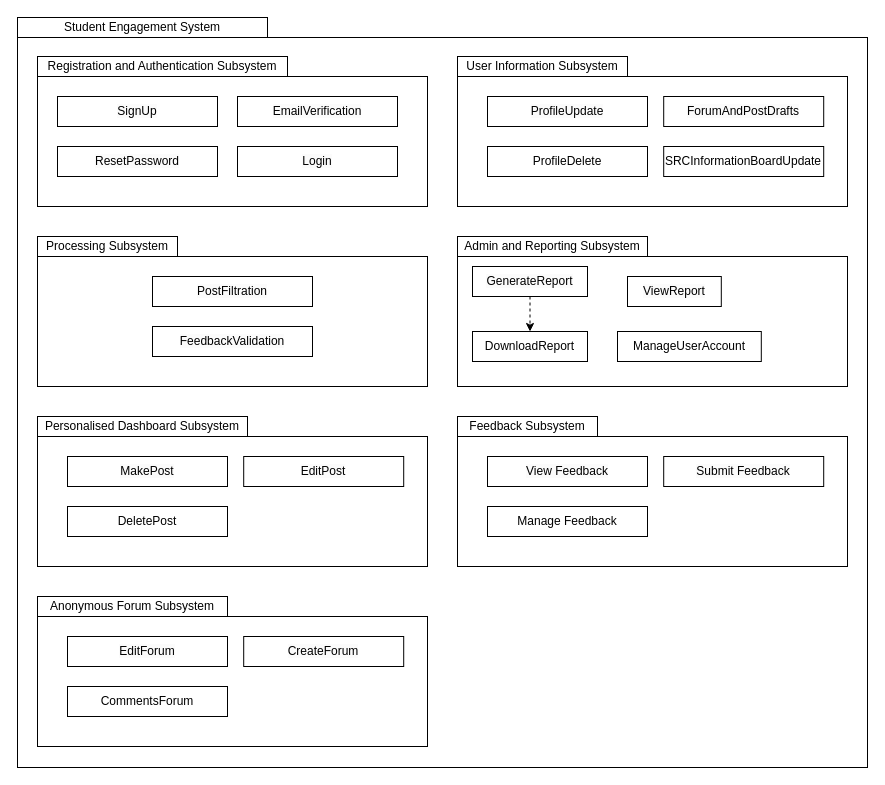
Above: page "Page-1" (1 of 2) of project/drawio/Systema/packagediagram.drawio in drshahizan/software-engineering (draw.io), before the change. Source tidied: cells renumbered, new cells numbered last; positions are measured from the earlier drawing's top-left corner, leaving out a move shared by most shapes. Both pictures are drawn from the tidied source at 100%, with x=0, y=0 at pixel (17, 17).
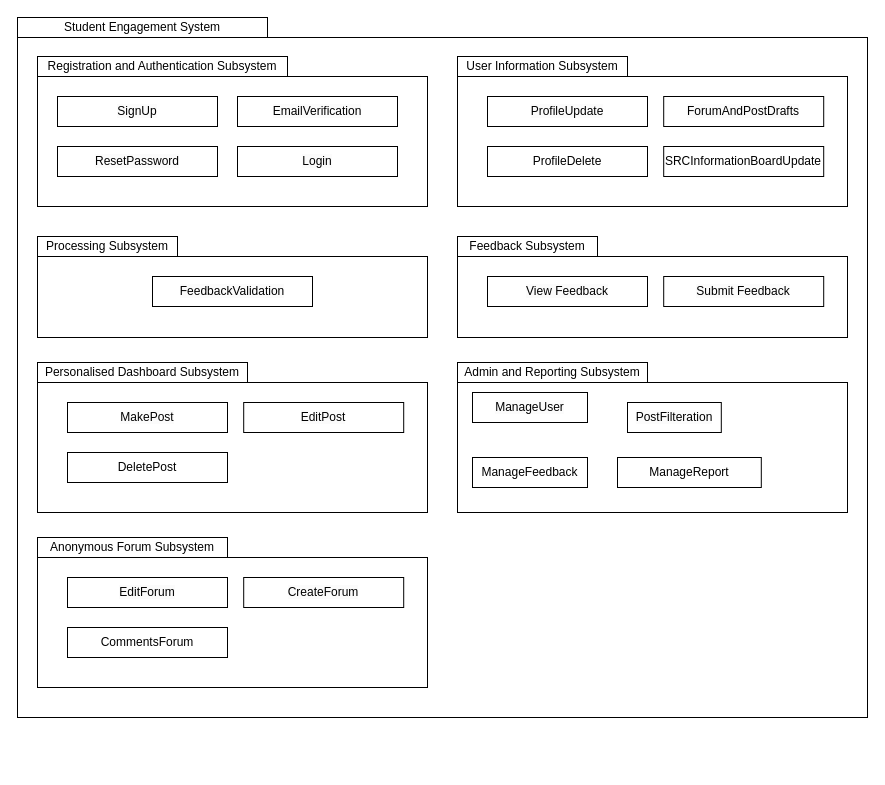
The same diagram, later.

Change to the diagram source:
```diff
@@
     <mxCell id="2" style="rounded=0;whiteSpace=wrap;html=1;" parent="1" vertex="1">
-      <mxGeometry y="20" width="850" height="730" as="geometry" />
+      <mxGeometry y="20" width="850" height="680" as="geometry" />
     </mxCell>
     <mxCell id="3" style="rounded=0;whiteSpace=wrap;html=1;" parent="1" vertex="1">
-      <mxGeometry x="440" y="239" width="390" height="130" as="geometry" />
+      <mxGeometry x="440" y="365" width="390" height="130" as="geometry" />
     </mxCell>
     <mxCell id="4" value="Admin and Reporting Subsystem" style="rounded=0;whiteSpace=wrap;html=1;" parent="1" vertex="1">
-      <mxGeometry x="440" y="219" width="190" height="20" as="geometry" />
+      <mxGeometry x="440" y="345" width="190" height="20" as="geometry" />
     </mxCell>
-    <mxCell id="5" style="edgeStyle=none;html=1;exitX=0.5;exitY=1;exitDx=0;exitDy=0;entryX=0.5;entryY=0;entryDx=0;entryDy=0;dashed=1;" parent="1" edge="1" source="6" target="9">
-      <mxGeometry relative="1" as="geometry" />
-    </mxCell>
-    <mxCell id="6" value="&lt;span style=&quot;color: rgb(0, 0, 0); font-family: Helvetica; font-size: 12px; font-style: normal; font-variant-ligatures: normal; font-variant-caps: normal; font-weight: 400; letter-spacing: normal; orphans: 2; text-align: center; text-indent: 0px; text-transform: none; widows: 2; word-spacing: 0px; -webkit-text-stroke-width: 0px; background-color: rgb(251, 251, 251); text-decoration-thickness: initial; text-decoration-style: initial; text-decoration-color: initial; float: none; display: inline !important;&quot;&gt;GenerateReport&lt;/span&gt;" style="rounded=0;whiteSpace=wrap;html=1;" parent="1" vertex="1">
-      <mxGeometry x="455" y="249" width="115" height="30" as="geometry" />
+    <mxCell id="6" value="&lt;span style=&quot;color: rgb(0, 0, 0); font-family: Helvetica; font-size: 12px; font-style: normal; font-variant-ligatures: normal; font-variant-caps: normal; font-weight: 400; letter-spacing: normal; orphans: 2; text-align: center; text-indent: 0px; text-transform: none; widows: 2; word-spacing: 0px; -webkit-text-stroke-width: 0px; background-color: rgb(251, 251, 251); text-decoration-thickness: initial; text-decoration-style: initial; text-decoration-color: initial; float: none; display: inline !important;&quot;&gt;ManageUser&lt;/span&gt;" style="rounded=0;whiteSpace=wrap;html=1;" parent="1" vertex="1">
+      <mxGeometry x="455" y="375" width="115" height="30" as="geometry" />
     </mxCell>
-    <mxCell id="7" value="&lt;span style=&quot;color: rgb(0, 0, 0); font-family: Helvetica; font-size: 12px; font-style: normal; font-variant-ligatures: normal; font-variant-caps: normal; font-weight: 400; letter-spacing: normal; orphans: 2; text-align: center; text-indent: 0px; text-transform: none; widows: 2; word-spacing: 0px; -webkit-text-stroke-width: 0px; background-color: rgb(251, 251, 251); text-decoration-thickness: initial; text-decoration-style: initial; text-decoration-color: initial; float: none; display: inline !important;&quot;&gt;View&lt;/span&gt;&lt;span style=&quot;color: rgb(0, 0, 0); font-family: Helvetica; font-size: 12px; font-style: normal; font-variant-ligatures: normal; font-variant-caps: normal; font-weight: 400; letter-spacing: normal; orphans: 2; text-align: center; text-indent: 0px; text-transform: none; widows: 2; word-spacing: 0px; -webkit-text-stroke-width: 0px; background-color: rgb(251, 251, 251); text-decoration-thickness: initial; text-decoration-style: initial; text-decoration-color: initial; float: none; display: inline !important;&quot;&gt;Report&lt;/span&gt;" style="rounded=0;whiteSpace=wrap;html=1;" parent="1" vertex="1">
-      <mxGeometry x="610" y="259" width="93.8" height="30" as="geometry" />
+    <mxCell id="7" value="&lt;font color=&quot;#000000&quot;&gt;&lt;span style=&quot;background-color: rgb(251, 251, 251);&quot;&gt;PostFilteration&lt;/span&gt;&lt;/font&gt;" style="rounded=0;whiteSpace=wrap;html=1;" parent="1" vertex="1">
+      <mxGeometry x="610" y="385" width="93.8" height="30" as="geometry" />
     </mxCell>
-    <mxCell id="8" value="ManageUserAccount" style="rounded=0;whiteSpace=wrap;html=1;" parent="1" vertex="1">
-      <mxGeometry x="600" y="314" width="143.8" height="30" as="geometry" />
+    <mxCell id="8" value="ManageReport" style="rounded=0;whiteSpace=wrap;html=1;" parent="1" vertex="1">
+      <mxGeometry x="600" y="440" width="143.8" height="30" as="geometry" />
     </mxCell>
-    <mxCell id="9" value="DownloadReport" style="rounded=0;whiteSpace=wrap;html=1;" parent="1" vertex="1">
-      <mxGeometry x="455" y="314" width="115" height="30" as="geometry" />
+    <mxCell id="9" value="ManageFeedback" style="rounded=0;whiteSpace=wrap;html=1;" parent="1" vertex="1">
+      <mxGeometry x="455" y="440" width="115" height="30" as="geometry" />
     </mxCell>
     <mxCell id="10" style="rounded=0;whiteSpace=wrap;html=1;" parent="1" vertex="1">
-      <mxGeometry x="440" y="419" width="390" height="130" as="geometry" />
+      <mxGeometry x="440" y="239" width="390" height="81" as="geometry" />
     </mxCell>
     <mxCell id="11" value="Feedback Subsystem" style="rounded=0;whiteSpace=wrap;html=1;" parent="1" vertex="1">
-      <mxGeometry x="440" y="399" width="140" height="20" as="geometry" />
+      <mxGeometry x="440" y="219" width="140" height="20" as="geometry" />
     </mxCell>
     <mxCell id="12" value="&lt;span style=&quot;color: rgb(0, 0, 0); font-family: Helvetica; font-size: 12px; font-style: normal; font-variant-ligatures: normal; font-variant-caps: normal; font-weight: 400; letter-spacing: normal; orphans: 2; text-align: center; text-indent: 0px; text-transform: none; widows: 2; word-spacing: 0px; -webkit-text-stroke-width: 0px; background-color: rgb(251, 251, 251); text-decoration-thickness: initial; text-decoration-style: initial; text-decoration-color: initial; float: none; display: inline !important;&quot;&gt;View Feedback&lt;/span&gt;" style="rounded=0;whiteSpace=wrap;html=1;" parent="1" vertex="1">
-      <mxGeometry x="470" y="439" width="160" height="30" as="geometry" />
+      <mxGeometry x="470" y="259" width="160" height="30" as="geometry" />
     </mxCell>
     <mxCell id="13" value="&lt;font color=&quot;#000000&quot;&gt;&lt;span style=&quot;background-color: rgb(251, 251, 251);&quot;&gt;Submit Feedback&lt;/span&gt;&lt;/font&gt;" style="rounded=0;whiteSpace=wrap;html=1;" parent="1" vertex="1">
-      <mxGeometry x="646.2" y="439" width="160" height="30" as="geometry" />
+      <mxGeometry x="646.2" y="259" width="160" height="30" as="geometry" />
     </mxCell>
-    <mxCell id="14" value="Manage Feedback" style="rounded=0;whiteSpace=wrap;html=1;" parent="1" vertex="1">
-      <mxGeometry x="470" y="489" width="160" height="30" as="geometry" />
-    </mxCell>
     <mxCell id="15" style="rounded=0;whiteSpace=wrap;html=1;" parent="1" vertex="1">
-      <mxGeometry x="20" y="419" width="390" height="130" as="geometry" />
+      <mxGeometry x="20" y="365" width="390" height="130" as="geometry" />
     </mxCell>
     <mxCell id="16" value="Personalised Dashboard Subsystem" style="rounded=0;whiteSpace=wrap;html=1;" parent="1" vertex="1">
-      <mxGeometry x="20" y="399" width="210" height="20" as="geometry" />
+      <mxGeometry x="20" y="345" width="210" height="20" as="geometry" />
     </mxCell>
     <mxCell id="17" value="&lt;span style=&quot;color: rgb(0, 0, 0); font-family: Helvetica; font-size: 12px; font-style: normal; font-variant-ligatures: normal; font-variant-caps: normal; font-weight: 400; letter-spacing: normal; orphans: 2; text-align: center; text-indent: 0px; text-transform: none; widows: 2; word-spacing: 0px; -webkit-text-stroke-width: 0px; background-color: rgb(251, 251, 251); text-decoration-thickness: initial; text-decoration-style: initial; text-decoration-color: initial; float: none; display: inline !important;&quot;&gt;MakePost&lt;/span&gt;" style="rounded=0;whiteSpace=wrap;html=1;" parent="1" vertex="1">
-      <mxGeometry x="50" y="439" width="160" height="30" as="geometry" />
+      <mxGeometry x="50" y="385" width="160" height="30" as="geometry" />
     </mxCell>
     <mxCell id="18" value="&lt;font color=&quot;#000000&quot;&gt;&lt;span style=&quot;background-color: rgb(251, 251, 251);&quot;&gt;EditPost&lt;/span&gt;&lt;/font&gt;" style="rounded=0;whiteSpace=wrap;html=1;" parent="1" vertex="1">
-      <mxGeometry x="226.2" y="439" width="160" height="30" as="geometry" />
+      <mxGeometry x="226.2" y="385" width="160" height="30" as="geometry" />
     </mxCell>
     <mxCell id="19" value="DeletePost" style="rounded=0;whiteSpace=wrap;html=1;" parent="1" vertex="1">
-      <mxGeometry x="50" y="489" width="160" height="30" as="geometry" />
+      <mxGeometry x="50" y="435" width="160" height="30" as="geometry" />
     </mxCell>
@@
     <mxCell id="27" style="rounded=0;whiteSpace=wrap;html=1;" parent="1" vertex="1">
-      <mxGeometry x="20" y="239" width="390" height="130" as="geometry" />
+      <mxGeometry x="20" y="239" width="390" height="81" as="geometry" />
     </mxCell>
@@
-    <mxCell id="29" value="&lt;span style=&quot;color: rgb(0, 0, 0); font-family: Helvetica; font-size: 12px; font-style: normal; font-variant-ligatures: normal; font-variant-caps: normal; font-weight: 400; letter-spacing: normal; orphans: 2; text-align: center; text-indent: 0px; text-transform: none; widows: 2; word-spacing: 0px; -webkit-text-stroke-width: 0px; background-color: rgb(251, 251, 251); text-decoration-thickness: initial; text-decoration-style: initial; text-decoration-color: initial; float: none; display: inline !important;&quot;&gt;PostFiltration&lt;/span&gt;" style="rounded=0;whiteSpace=wrap;html=1;" parent="1" vertex="1">
-      <mxGeometry x="135" y="259" width="160" height="30" as="geometry" />
-    </mxCell>
     <mxCell id="30" value="&lt;font color=&quot;#000000&quot;&gt;&lt;span style=&quot;background-color: rgb(251, 251, 251);&quot;&gt;FeedbackValidation&lt;/span&gt;&lt;/font&gt;" style="rounded=0;whiteSpace=wrap;html=1;" parent="1" vertex="1">
-      <mxGeometry x="135" y="309" width="160" height="30" as="geometry" />
+      <mxGeometry x="135" y="259" width="160" height="30" as="geometry" />
     </mxCell>
@@
     <mxCell id="37" style="rounded=0;whiteSpace=wrap;html=1;" parent="1" vertex="1">
-      <mxGeometry x="20" y="599" width="390" height="130" as="geometry" />
+      <mxGeometry x="20" y="540" width="390" height="130" as="geometry" />
     </mxCell>
     <mxCell id="38" value="Anonymous Forum Subsystem" style="rounded=0;whiteSpace=wrap;html=1;" parent="1" vertex="1">
-      <mxGeometry x="20" y="579" width="190" height="20" as="geometry" />
+      <mxGeometry x="20" y="520" width="190" height="20" as="geometry" />
     </mxCell>
     <mxCell id="39" value="&lt;span style=&quot;color: rgb(0, 0, 0); font-family: Helvetica; font-size: 12px; font-style: normal; font-variant-ligatures: normal; font-variant-caps: normal; font-weight: 400; letter-spacing: normal; orphans: 2; text-align: center; text-indent: 0px; text-transform: none; widows: 2; word-spacing: 0px; -webkit-text-stroke-width: 0px; background-color: rgb(251, 251, 251); text-decoration-thickness: initial; text-decoration-style: initial; text-decoration-color: initial; float: none; display: inline !important;&quot;&gt;EditForum&lt;/span&gt;" style="rounded=0;whiteSpace=wrap;html=1;" parent="1" vertex="1">
-      <mxGeometry x="50" y="619" width="160" height="30" as="geometry" />
+      <mxGeometry x="50" y="560" width="160" height="30" as="geometry" />
     </mxCell>
     <mxCell id="40" value="&lt;font color=&quot;#000000&quot;&gt;&lt;span style=&quot;background-color: rgb(251, 251, 251);&quot;&gt;CreateForum&lt;/span&gt;&lt;/font&gt;" style="rounded=0;whiteSpace=wrap;html=1;" parent="1" vertex="1">
-      <mxGeometry x="226.2" y="619" width="160" height="30" as="geometry" />
+      <mxGeometry x="226.2" y="560" width="160" height="30" as="geometry" />
     </mxCell>
     <mxCell id="41" value="CommentsForum" style="rounded=0;whiteSpace=wrap;html=1;" parent="1" vertex="1">
-      <mxGeometry x="50" y="669" width="160" height="30" as="geometry" />
+      <mxGeometry x="50" y="610" width="160" height="30" as="geometry" />
     </mxCell>
```
